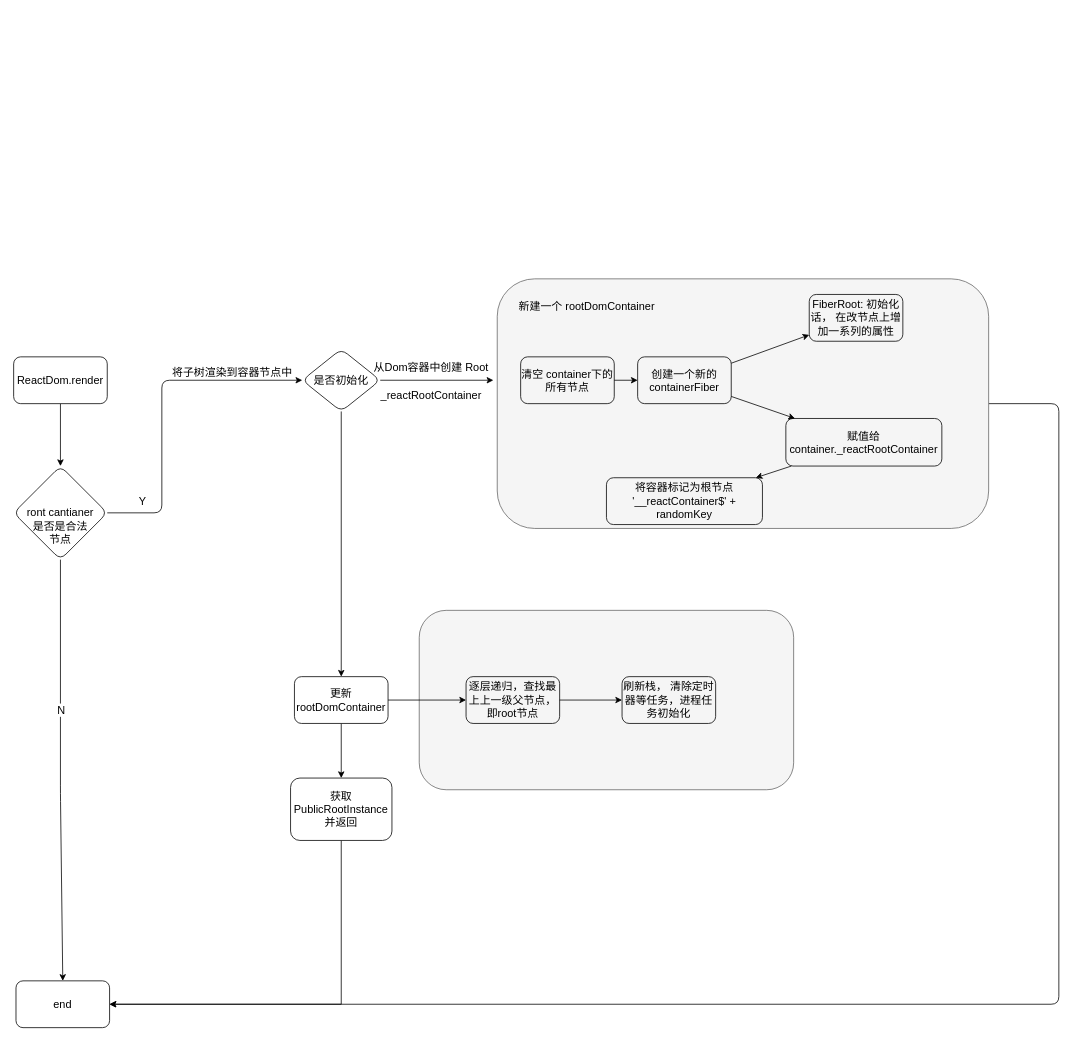
Earlier version of the draw.io diagram page "react-dom" (2 of 2) of 未命名绘图.drawio (tanqq1/diagrams-images). Source tidied: cells renumbered, new cells numbered last; positions are measured from the earlier drawing's top-left corner, leaving out a move shared by most shapes. Both pictures are drawn from the tidied source at 78%, with x=0, y=0 at pixel (13, 278).
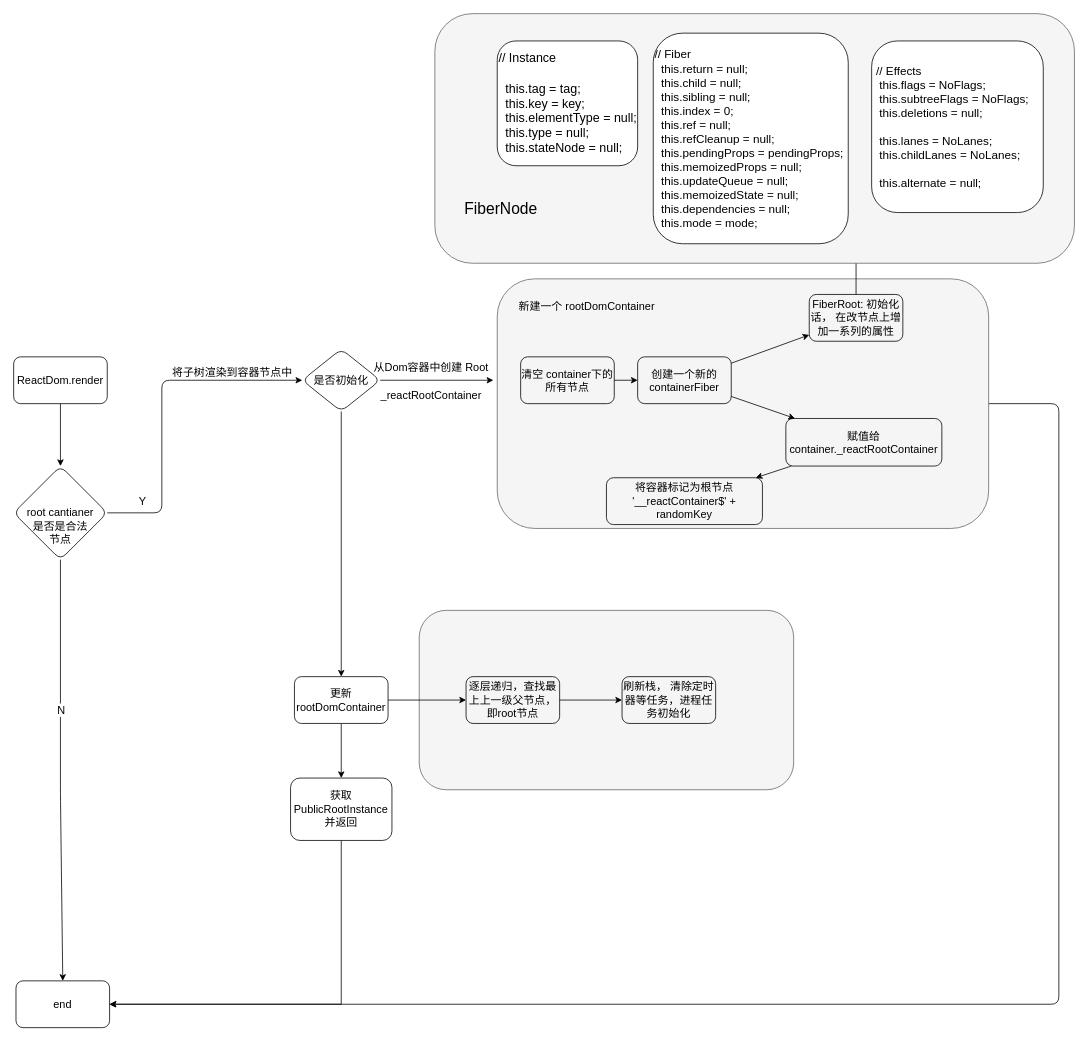
After the change.

Unchanged cells that the change refers to:
```xml
<mxCell id="33" value="FiberRoot: 初始化话， 在改节点上增加一系列的属性" style="rounded=1;whiteSpace=wrap;html=1;fontFamily=Helvetica;fontSize=14;fontColor=default;fillColor=none;gradientColor=none;" parent="1" vertex="1">
  <mxGeometry x="1020" y="20" width="120" height="60" as="geometry" />
</mxCell>
```

Diff of the diagram source:
```diff
@@
-    <mxCell id="17" value="&lt;br&gt;&lt;br&gt;ront cantianer&lt;br&gt;是否是合法&lt;br&gt;节点" style="rhombus;whiteSpace=wrap;html=1;fontSize=14;rounded=1;" parent="1" vertex="1">
+    <mxCell id="17" value="&lt;br&gt;&lt;br&gt;root cantianer&lt;br&gt;是否是合法&lt;br&gt;节点" style="rhombus;whiteSpace=wrap;html=1;fontSize=14;rounded=1;" parent="1" vertex="1">
       <mxGeometry y="240" width="120" height="120" as="geometry" />
     </mxCell>
@@
+    <mxCell id="37" style="edgeStyle=orthogonalEdgeStyle;rounded=0;jettySize=auto;html=1;fontFamily=Helvetica;fontSize=12;fontColor=default;" parent="1" edge="1" source="33" target="41">
+      <mxGeometry relative="1" as="geometry" />
+    </mxCell>
@@
+    <mxCell id="38" style="rounded=1;whiteSpace=wrap;html=1;strokeColor=#666666;fontFamily=Helvetica;fontSize=12;fontColor=#333333;fillColor=#f5f5f5;" parent="1" vertex="1">
+      <mxGeometry x="540" y="-340" width="820" height="320" as="geometry" />
+    </mxCell>
+    <mxCell id="39" value="// Instance&lt;br style=&quot;font-size: 16px;&quot;&gt;&lt;br style=&quot;font-size: 16px;&quot;&gt;&amp;nbsp; this.tag = tag;&lt;br style=&quot;font-size: 16px;&quot;&gt;&amp;nbsp; this.key = key;&lt;br style=&quot;font-size: 16px;&quot;&gt;&amp;nbsp; this.elementType = null;&lt;br style=&quot;font-size: 16px;&quot;&gt;&amp;nbsp; this.type = null;&lt;br style=&quot;font-size: 16px;&quot;&gt;&amp;nbsp; this.stateNode = null;" style="rounded=1;whiteSpace=wrap;html=1;fontSize=16;align=left;" parent="1" vertex="1">
+      <mxGeometry x="620" y="-305" width="180" height="160" as="geometry" />
+    </mxCell>
+    <mxCell id="40" value="// Fiber&lt;br&gt;&amp;nbsp; this.return = null;&lt;br&gt;&amp;nbsp; this.child = null;&lt;br&gt;&amp;nbsp; this.sibling = null;&lt;br&gt;&amp;nbsp; this.index = 0;&lt;br&gt;&amp;nbsp; this.ref = null;&lt;br&gt;&amp;nbsp; this.refCleanup = null;&lt;br&gt;&amp;nbsp; this.pendingProps = pendingProps;&lt;br&gt;&amp;nbsp; this.memoizedProps = null;&lt;br&gt;&amp;nbsp; this.updateQueue = null;&lt;br&gt;&amp;nbsp; this.memoizedState = null;&lt;br&gt;&amp;nbsp; this.dependencies = null;&lt;br&gt;&amp;nbsp; this.mode = mode;" style="rounded=1;whiteSpace=wrap;html=1;strokeColor=default;fillColor=default;fontSize=15;align=left;" parent="1" vertex="1">
+      <mxGeometry x="820" y="-315" width="250" height="270" as="geometry" />
+    </mxCell>
+    <mxCell id="41" value="&amp;nbsp;// Effects&#10;&amp;nbsp; this.flags = NoFlags;&#10;&amp;nbsp; this.subtreeFlags = NoFlags;&#10;&amp;nbsp; this.deletions = null;&#10;&#10;&amp;nbsp; this.lanes = NoLanes;&#10;&amp;nbsp; this.childLanes = NoLanes;&#10;&#10;&amp;nbsp; this.alternate = null;" style="rounded=1;whiteSpace=wrap;html=1;strokeColor=default;fillColor=default;fontSize=15;align=left;" parent="1" vertex="1">
+      <mxGeometry x="1100" y="-305" width="220" height="220" as="geometry" />
+    </mxCell>
+    <mxCell id="42" value="FiberNode" style="text;html=1;strokeColor=none;fillColor=none;align=center;verticalAlign=middle;whiteSpace=wrap;rounded=0;fontSize=20;fontFamily=Helvetica;fontColor=default;" parent="1" vertex="1">
+      <mxGeometry x="570" y="-110" width="110" height="40" as="geometry" />
+    </mxCell>
```
